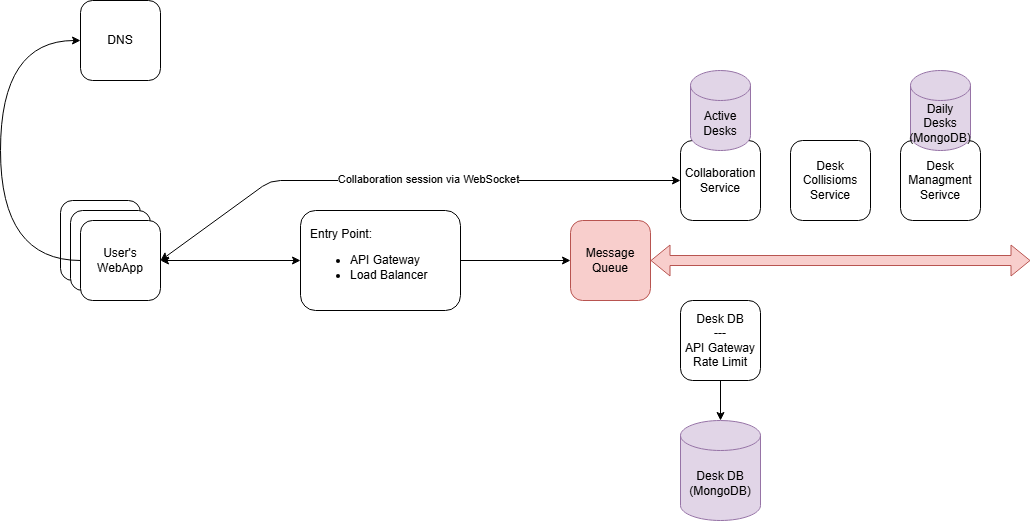
The draw.io diagram System Examples/Sticker Collaboration Desk/stiсker collaboration desk.drawio.png in AlexeyPerestoronin/System-Design, before a commit. Source tidied: cells renumbered, new cells last; positions are measured from the earlier drawing's top-left corner, leaving out a move shared by most shapes.
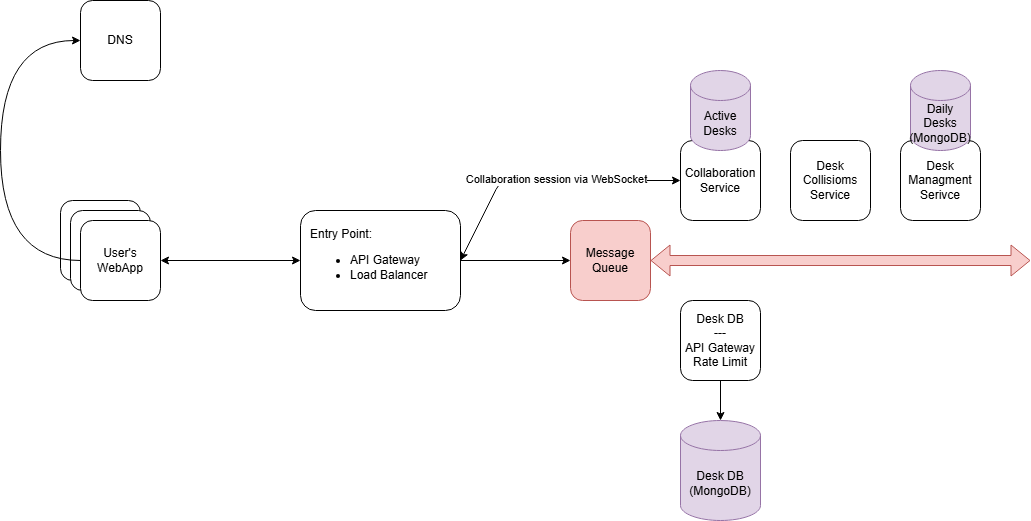
After the commit.

Commit message:
improve «Sticker Collaboration Desk»

The edit, as a diff of the source:
```diff
@@ -39,10 +39,10 @@
         <mxPoint x="1030" y="260" as="targetPoint" />
       </mxGeometry>
     </mxCell>
-    <mxCell id="12" style="html=1;entryX=1;entryY=0.5;entryDx=0;entryDy=0;startArrow=classic;startFill=1;" parent="1" edge="1" source="14" target="6">
+    <mxCell id="12" style="html=1;entryX=1;entryY=0.5;entryDx=0;entryDy=0;startArrow=classic;startFill=1;" parent="1" edge="1" source="14" target="8">
       <mxGeometry relative="1" as="geometry">
         <Array as="points">
-          <mxPoint x="270" y="180" />
+          <mxPoint x="500" y="180" />
         </Array>
       </mxGeometry>
     </mxCell>
```
